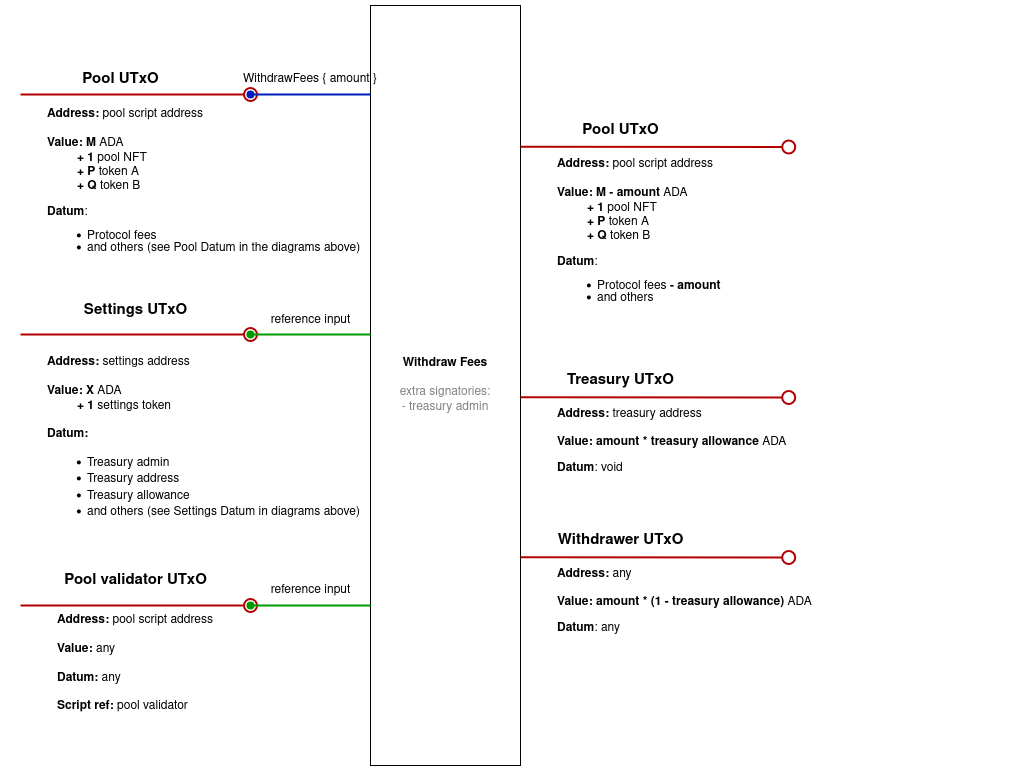
txpipe-shop/sundae-swap keeps this draw.io diagram as src/img/withdraw_fees.png. Above is the earlier version. Source tidied: cells renumbered, new cells last; positions are measured from the earlier drawing's top-left corner, leaving out a move shared by most shapes.
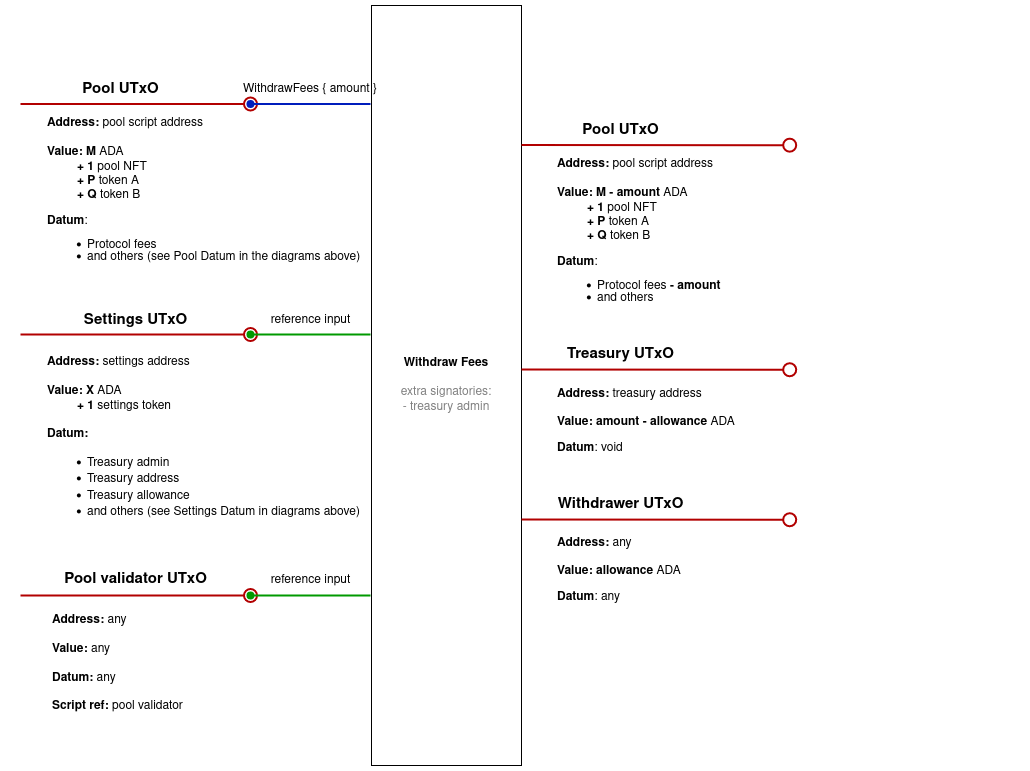
Above is the later version.

Commit message:
fix: scoop and withdraw fees diagrams

Diff of the diagram source:
```diff
@@ -3,30 +3,30 @@
     <mxCell id="0" />
     <mxCell id="1" parent="0" />
     <mxCell id="2" value="&lt;div&gt;&lt;b&gt;Withdraw Fees&lt;/b&gt;&lt;/div&gt;&lt;br&gt;&lt;div&gt;&lt;font color=&quot;#808080&quot;&gt;extra signatories:&lt;/font&gt;&lt;/div&gt;&lt;div&gt;&lt;font color=&quot;#808080&quot;&gt;- treasury admin&lt;/font&gt;&lt;br&gt;&lt;/div&gt;" style="rounded=0;whiteSpace=wrap;html=1;" parent="1" vertex="1">
-      <mxGeometry x="350" width="150" height="760" as="geometry" />
+      <mxGeometry x="351" width="150" height="760" as="geometry" />
     </mxCell>
     <mxCell id="3" style="endArrow=oval;html=1;rounded=0;strokeWidth=2;fillColor=#e51400;strokeColor=#B20000;startArrow=none;startFill=0;endFill=0;endSize=13;" parent="1" edge="1">
       <mxGeometry relative="1" as="geometry">
-        <mxPoint y="89" as="sourcePoint" />
-        <mxPoint x="230" y="89" as="targetPoint" />
+        <mxPoint y="98.5" as="sourcePoint" />
+        <mxPoint x="230" y="98.5" as="targetPoint" />
       </mxGeometry>
     </mxCell>
     <mxCell id="4" value="&lt;div&gt;&lt;b&gt;Address: &lt;/b&gt;pool script address&lt;b&gt;&lt;br&gt;&lt;br&gt;Value: M &lt;/b&gt;ADA&lt;b&gt;&lt;br&gt;&amp;nbsp;&amp;nbsp;&amp;nbsp;&amp;nbsp;&amp;nbsp;&amp;nbsp;&amp;nbsp;&amp;nbsp; + 1 &lt;/b&gt;pool NFT&lt;br&gt;&lt;/div&gt;&lt;div&gt;&lt;b&gt;&amp;nbsp;&amp;nbsp;&amp;nbsp;&amp;nbsp;&amp;nbsp;&amp;nbsp;&amp;nbsp;&amp;nbsp; + &lt;/b&gt;&lt;b&gt;P &lt;/b&gt;token A&lt;br&gt;&lt;/div&gt;&lt;div&gt;&lt;b&gt;&amp;nbsp;&amp;nbsp;&amp;nbsp;&amp;nbsp;&amp;nbsp;&amp;nbsp;&amp;nbsp;&amp;nbsp; + Q &lt;/b&gt;token B&lt;br&gt;&lt;/div&gt;&lt;div&gt;&lt;p style=&quot;line-height: 100%;&quot;&gt;&lt;b&gt;Datum&lt;/b&gt;:&lt;/p&gt;&lt;ul style=&quot;line-height: 80%;&quot;&gt;&lt;li&gt;Protocol fees&lt;/li&gt;&lt;li&gt;and others (see Pool Datum in the diagrams above)&lt;br&gt;&lt;/li&gt;&lt;/ul&gt;&lt;/div&gt;" style="text;html=1;strokeColor=none;fillColor=none;align=left;verticalAlign=middle;whiteSpace=wrap;rounded=0;" parent="1" vertex="1">
-      <mxGeometry x="25" y="160" width="470" height="41" as="geometry" />
+      <mxGeometry x="25" y="169.5" width="470" height="41" as="geometry" />
     </mxCell>
     <mxCell id="5" value="&lt;font style=&quot;font-size: 15px;&quot;&gt;&lt;b style=&quot;font-size: 12px;&quot;&gt;&lt;font style=&quot;font-size: 15px;&quot;&gt;Pool UTxO&lt;br&gt;&lt;/font&gt;&lt;/b&gt;&lt;/font&gt;" style="text;html=1;align=center;verticalAlign=middle;strokeColor=none;fillColor=none;" parent="1" vertex="1">
-      <mxGeometry x="50" y="59" width="100" height="30" as="geometry" />
+      <mxGeometry x="50" y="68.5" width="100" height="30" as="geometry" />
     </mxCell>
     <mxCell id="6" style="endArrow=oval;html=1;rounded=0;fillColor=#0050ef;strokeColor=#001DBC;shadow=0;strokeWidth=2;startArrow=none;startFill=0;endFill=1;endSize=6;" parent="1" edge="1">
       <mxGeometry relative="1" as="geometry">
-        <mxPoint x="350" y="89" as="sourcePoint" />
-        <mxPoint x="230" y="89" as="targetPoint" />
+        <mxPoint x="350" y="98.5" as="sourcePoint" />
+        <mxPoint x="230" y="98.5" as="targetPoint" />
       </mxGeometry>
     </mxCell>
     <mxCell id="7" style="endArrow=oval;html=1;rounded=0;strokeWidth=2;fillColor=#e51400;strokeColor=#B20000;startArrow=none;startFill=0;endFill=0;endSize=13;exitX=1.015;exitY=0.384;exitDx=0;exitDy=0;exitPerimeter=0;" parent="1" edge="1">
       <mxGeometry relative="1" as="geometry">
-        <mxPoint x="500" y="141.3" as="sourcePoint" />
-        <mxPoint x="768.2" y="141.5" as="targetPoint" />
+        <mxPoint x="501" y="139.5" as="sourcePoint" />
+        <mxPoint x="769.2" y="139.7" as="targetPoint" />
       </mxGeometry>
     </mxCell>
     <mxCell id="8" value="&lt;div&gt;&lt;b&gt;Address: &lt;/b&gt;pool script address&lt;b&gt;&lt;br&gt;&lt;br&gt;Value: M - amount &lt;/b&gt;ADA&lt;b&gt;&lt;br&gt;&amp;nbsp;&amp;nbsp;&amp;nbsp;&amp;nbsp;&amp;nbsp;&amp;nbsp;&amp;nbsp;&amp;nbsp; + 1 &lt;/b&gt;pool NFT&lt;br&gt;&lt;/div&gt;&lt;div&gt;&lt;b&gt;&amp;nbsp;&amp;nbsp;&amp;nbsp;&amp;nbsp;&amp;nbsp;&amp;nbsp;&amp;nbsp;&amp;nbsp; + &lt;/b&gt;&lt;b&gt;P &lt;/b&gt;token A&lt;br&gt;&lt;/div&gt;&lt;div&gt;&lt;b&gt;&amp;nbsp;&amp;nbsp;&amp;nbsp;&amp;nbsp;&amp;nbsp;&amp;nbsp;&amp;nbsp;&amp;nbsp; + Q &lt;/b&gt;token B&lt;/div&gt;&lt;div&gt;&lt;div&gt;&lt;p style=&quot;line-height: 100%;&quot;&gt;&lt;b&gt;Datum&lt;/b&gt;:&lt;/p&gt;&lt;ul style=&quot;line-height: 80%;&quot;&gt;&lt;li&gt;Protocol fees &lt;b&gt;- amount&lt;/b&gt;&lt;/li&gt;&lt;li&gt;and others&lt;br&gt;&lt;/li&gt;&lt;/ul&gt;&lt;/div&gt;&lt;/div&gt;" style="text;html=1;strokeColor=none;fillColor=none;align=left;verticalAlign=middle;whiteSpace=wrap;rounded=0;" parent="1" vertex="1">
@@ -36,7 +36,7 @@
       <mxGeometry x="550" y="109.5" width="100" height="30" as="geometry" />
     </mxCell>
     <mxCell id="10" value="WithdrawFees { amount }" style="text;html=1;strokeColor=none;fillColor=none;align=center;verticalAlign=middle;whiteSpace=wrap;rounded=0;" parent="1" vertex="1">
-      <mxGeometry x="220" y="59" width="140" height="30" as="geometry" />
+      <mxGeometry x="220" y="68.5" width="140" height="30" as="geometry" />
     </mxCell>
     <mxCell id="11" style="endArrow=oval;html=1;rounded=0;strokeWidth=2;fillColor=#e51400;strokeColor=#B20000;startArrow=none;startFill=0;endFill=0;endSize=13;" parent="1" edge="1">
       <mxGeometry relative="1" as="geometry">
@@ -54,55 +54,55 @@
       <mxGeometry x="25" y="410" width="315" height="41" as="geometry" />
     </mxCell>
     <mxCell id="14" value="&lt;b&gt;&lt;font style=&quot;font-size: 15px;&quot;&gt;Settings UTxO&lt;/font&gt;&lt;/b&gt;" style="text;html=1;align=center;verticalAlign=middle;strokeColor=none;fillColor=none;" parent="1" vertex="1">
-      <mxGeometry x="50" y="290" width="130" height="30" as="geometry" />
+      <mxGeometry x="50" y="300" width="130" height="30" as="geometry" />
     </mxCell>
     <mxCell id="15" value="reference input" style="text;html=1;align=center;verticalAlign=middle;strokeColor=none;fillColor=none;" parent="1" vertex="1">
       <mxGeometry x="240" y="300" width="100" height="30" as="geometry" />
     </mxCell>
-    <mxCell id="16" value="&lt;div&gt;&lt;b&gt;&lt;br&gt;Address: &lt;/b&gt;pool script address&lt;br&gt;&lt;b&gt;&lt;br&gt;Value: &lt;/b&gt;any&lt;/div&gt;&lt;div&gt;&lt;br&gt;&lt;/div&gt;&lt;div&gt;&lt;b&gt;Datum: &lt;/b&gt;any&lt;/div&gt;&lt;div&gt;&lt;b&gt;&lt;br&gt;&lt;/b&gt;&lt;/div&gt;&lt;div&gt;&lt;b&gt;Script ref: &lt;/b&gt;pool validator&lt;br&gt;&lt;/div&gt;" style="text;html=1;strokeColor=none;fillColor=none;align=left;verticalAlign=middle;whiteSpace=wrap;rounded=0;" parent="1" vertex="1">
-      <mxGeometry x="35" y="630" width="315" height="41" as="geometry" />
+    <mxCell id="16" value="&lt;div&gt;&lt;b&gt;&lt;br&gt;Address: &lt;/b&gt;any&lt;br&gt;&lt;b&gt;&lt;br&gt;Value: &lt;/b&gt;any&lt;/div&gt;&lt;div&gt;&lt;br&gt;&lt;/div&gt;&lt;div&gt;&lt;b&gt;Datum: &lt;/b&gt;any&lt;/div&gt;&lt;div&gt;&lt;b&gt;&lt;br&gt;&lt;/b&gt;&lt;/div&gt;&lt;div&gt;&lt;b&gt;Script ref: &lt;/b&gt;pool validator&lt;br&gt;&lt;/div&gt;" style="text;html=1;strokeColor=none;fillColor=none;align=left;verticalAlign=middle;whiteSpace=wrap;rounded=0;" parent="1" vertex="1">
+      <mxGeometry x="30" y="630" width="315" height="41" as="geometry" />
     </mxCell>
     <mxCell id="17" value="&lt;b&gt;&lt;font style=&quot;font-size: 15px;&quot;&gt;Pool validator UTxO&lt;/font&gt;&lt;/b&gt;" style="text;html=1;align=center;verticalAlign=middle;strokeColor=none;fillColor=none;" parent="1" vertex="1">
-      <mxGeometry x="30" y="560" width="170" height="30" as="geometry" />
+      <mxGeometry x="30" y="559" width="170" height="30" as="geometry" />
     </mxCell>
     <mxCell id="18" style="endArrow=oval;html=1;rounded=0;strokeWidth=2;fillColor=#e51400;strokeColor=#B20000;startArrow=none;startFill=0;endFill=0;endSize=13;" parent="1" edge="1">
       <mxGeometry relative="1" as="geometry">
-        <mxPoint y="600" as="sourcePoint" />
-        <mxPoint x="230" y="600" as="targetPoint" />
+        <mxPoint y="590" as="sourcePoint" />
+        <mxPoint x="230" y="590" as="targetPoint" />
       </mxGeometry>
     </mxCell>
     <mxCell id="19" style="endArrow=oval;html=1;rounded=0;fillColor=#0050ef;strokeColor=#009900;shadow=0;strokeWidth=2;startArrow=none;startFill=0;endFill=1;endSize=6;" parent="1" edge="1">
       <mxGeometry relative="1" as="geometry">
-        <mxPoint x="350" y="600" as="sourcePoint" />
-        <mxPoint x="230" y="600" as="targetPoint" />
+        <mxPoint x="350" y="590" as="sourcePoint" />
+        <mxPoint x="230" y="590" as="targetPoint" />
       </mxGeometry>
     </mxCell>
     <mxCell id="20" value="reference input" style="text;html=1;align=center;verticalAlign=middle;strokeColor=none;fillColor=none;" parent="1" vertex="1">
-      <mxGeometry x="240" y="570" width="100" height="30" as="geometry" />
+      <mxGeometry x="240" y="560" width="100" height="30" as="geometry" />
     </mxCell>
     <mxCell id="21" style="endArrow=oval;html=1;rounded=0;strokeWidth=2;fillColor=#e51400;strokeColor=#B20000;startArrow=none;startFill=0;endFill=0;endSize=13;exitX=1.015;exitY=0.384;exitDx=0;exitDy=0;exitPerimeter=0;" parent="1" edge="1">
       <mxGeometry relative="1" as="geometry">
-        <mxPoint x="500" y="391.8" as="sourcePoint" />
-        <mxPoint x="768.2" y="392" as="targetPoint" />
+        <mxPoint x="501" y="364.1" as="sourcePoint" />
+        <mxPoint x="769.2" y="364.2" as="targetPoint" />
       </mxGeometry>
     </mxCell>
-    <mxCell id="22" value="&lt;div&gt;&lt;b&gt;Address: &lt;/b&gt;treasury address&lt;b&gt;&lt;br&gt;&lt;br&gt;Value: amount * treasury allowance&lt;/b&gt; ADA&lt;b&gt;&lt;br&gt;&lt;/b&gt;&lt;/div&gt;&lt;div&gt;&lt;div&gt;&lt;p style=&quot;line-height: 100%;&quot;&gt;&lt;b&gt;Datum&lt;/b&gt;: void&lt;br&gt;&lt;/p&gt;&lt;/div&gt;&lt;/div&gt;" style="text;html=1;strokeColor=none;fillColor=none;align=left;verticalAlign=middle;whiteSpace=wrap;rounded=0;" parent="1" vertex="1">
-      <mxGeometry x="535" y="420" width="470" height="41" as="geometry" />
+    <mxCell id="22" value="&lt;div&gt;&lt;b&gt;Address: &lt;/b&gt;treasury address&lt;b&gt;&lt;br&gt;&lt;br&gt;Value: amount - allowance&lt;/b&gt; ADA&lt;b&gt;&lt;br&gt;&lt;/b&gt;&lt;/div&gt;&lt;div&gt;&lt;div&gt;&lt;p style=&quot;line-height: 100%;&quot;&gt;&lt;b&gt;Datum&lt;/b&gt;: void&lt;br&gt;&lt;/p&gt;&lt;/div&gt;&lt;/div&gt;" style="text;html=1;strokeColor=none;fillColor=none;align=left;verticalAlign=middle;whiteSpace=wrap;rounded=0;" parent="1" vertex="1">
+      <mxGeometry x="535" y="400" width="470" height="41" as="geometry" />
     </mxCell>
     <mxCell id="23" value="&lt;font style=&quot;font-size: 15px;&quot;&gt;&lt;b style=&quot;font-size: 12px;&quot;&gt;&lt;font style=&quot;font-size: 15px;&quot;&gt;Treasury UTxO&lt;br&gt;&lt;/font&gt;&lt;/b&gt;&lt;/font&gt;" style="text;html=1;align=center;verticalAlign=middle;strokeColor=none;fillColor=none;" parent="1" vertex="1">
-      <mxGeometry x="535" y="360" width="130" height="30" as="geometry" />
+      <mxGeometry x="535" y="334.1" width="130" height="30" as="geometry" />
     </mxCell>
     <mxCell id="24" style="endArrow=oval;html=1;rounded=0;strokeWidth=2;fillColor=#e51400;strokeColor=#B20000;startArrow=none;startFill=0;endFill=0;endSize=13;exitX=1.015;exitY=0.384;exitDx=0;exitDy=0;exitPerimeter=0;" parent="1" edge="1">
       <mxGeometry relative="1" as="geometry">
-        <mxPoint x="500" y="551.8" as="sourcePoint" />
-        <mxPoint x="768.2" y="552" as="targetPoint" />
+        <mxPoint x="501" y="514.1" as="sourcePoint" />
+        <mxPoint x="769.2" y="514.2" as="targetPoint" />
       </mxGeometry>
     </mxCell>
-    <mxCell id="25" value="&lt;div&gt;&lt;b&gt;Address: &lt;/b&gt;any&lt;b&gt;&lt;br&gt;&lt;br&gt;Value: amount * (1 - treasury allowance)&lt;/b&gt; ADA&lt;br&gt;&lt;/div&gt;&lt;div&gt;&lt;div&gt;&lt;p style=&quot;line-height: 100%;&quot;&gt;&lt;b&gt;Datum&lt;/b&gt;: any&lt;br&gt;&lt;/p&gt;&lt;/div&gt;&lt;/div&gt;" style="text;html=1;strokeColor=none;fillColor=none;align=left;verticalAlign=middle;whiteSpace=wrap;rounded=0;" parent="1" vertex="1">
-      <mxGeometry x="535" y="580" width="470" height="41" as="geometry" />
+    <mxCell id="25" value="&lt;div&gt;&lt;b&gt;Address: &lt;/b&gt;any&lt;b&gt;&lt;br&gt;&lt;br&gt;Value: allowance&lt;/b&gt; ADA&lt;br&gt;&lt;/div&gt;&lt;div&gt;&lt;div&gt;&lt;p style=&quot;line-height: 100%;&quot;&gt;&lt;b&gt;Datum&lt;/b&gt;: any&lt;br&gt;&lt;/p&gt;&lt;/div&gt;&lt;/div&gt;" style="text;html=1;strokeColor=none;fillColor=none;align=left;verticalAlign=middle;whiteSpace=wrap;rounded=0;" parent="1" vertex="1">
+      <mxGeometry x="535" y="549" width="470" height="41" as="geometry" />
     </mxCell>
     <mxCell id="26" value="&lt;font style=&quot;font-size: 15px;&quot;&gt;&lt;b style=&quot;font-size: 12px;&quot;&gt;&lt;font style=&quot;font-size: 15px;&quot;&gt;Withdrawer UTxO&lt;br&gt;&lt;/font&gt;&lt;/b&gt;&lt;/font&gt;" style="text;html=1;align=center;verticalAlign=middle;strokeColor=none;fillColor=none;" parent="1" vertex="1">
-      <mxGeometry x="525" y="520" width="150" height="30" as="geometry" />
+      <mxGeometry x="525" y="484.1" width="150" height="30" as="geometry" />
     </mxCell>
   </root>
 </mxGraphModel>
```
